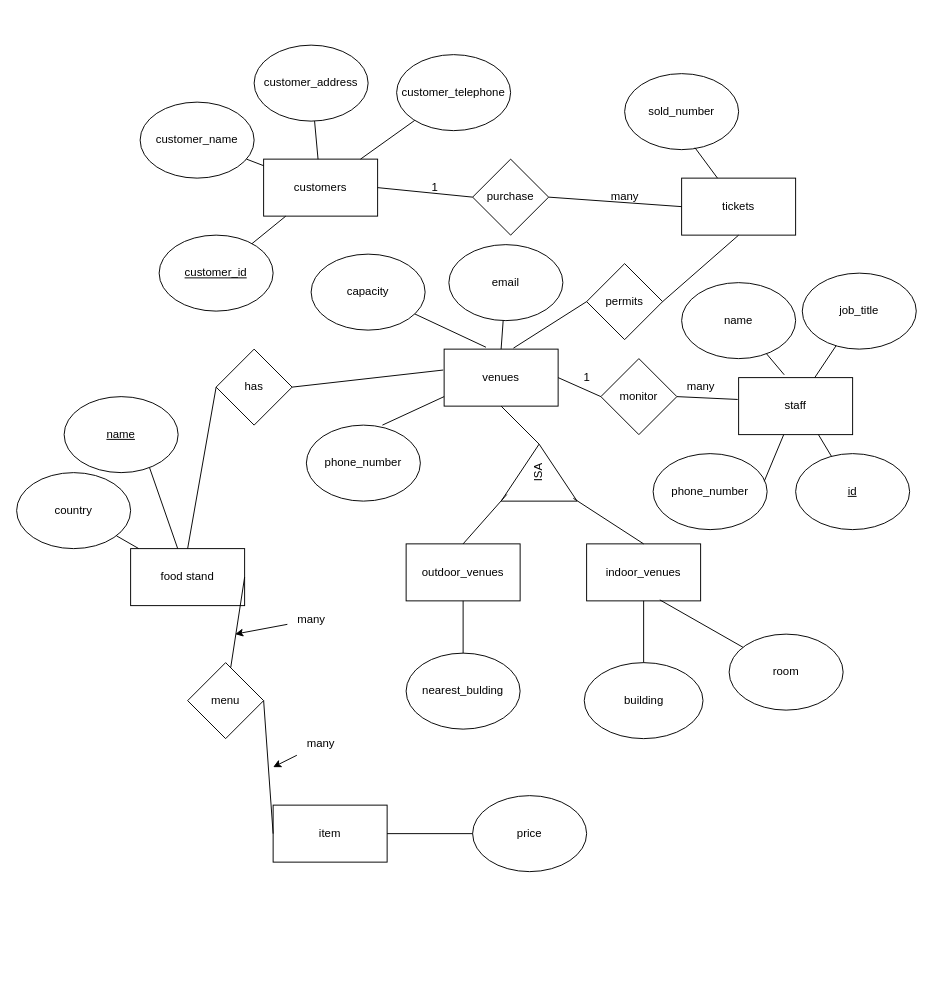
Earlier version of the draw.io diagram dataweek1.drawio (clostea/draw). Source tidied: cells renumbered, new cells numbered last; positions are measured from the earlier drawing's top-left corner, leaving out a move shared by most shapes. Both pictures are drawn from the tidied source at 95%, with x=0, y=0 at pixel (16, 45).
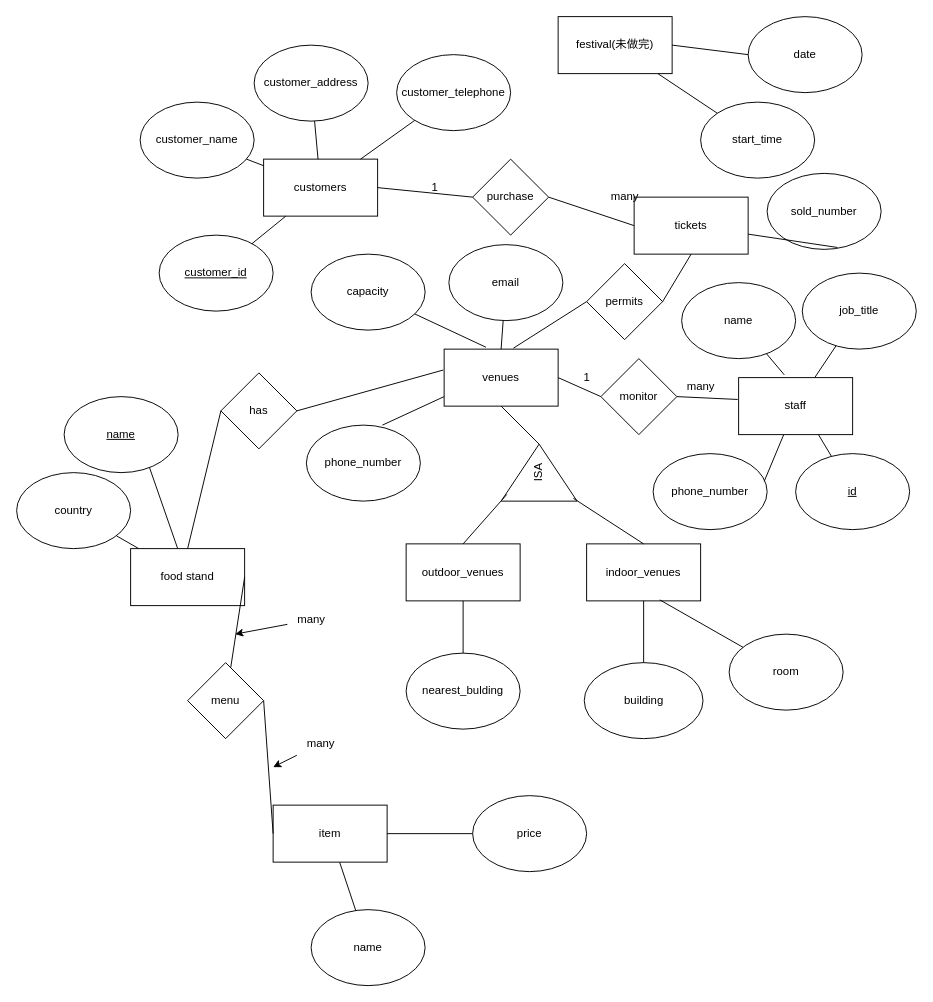
Above is the later version.

Unchanged cells that the change refers to:
```xml
<mxCell id="9" value="item" style="rounded=0;whiteSpace=wrap;html=1;" parent="1" vertex="1">
  <mxGeometry x="270" y="800" width="120" height="60" as="geometry" />
</mxCell>
```

Diff of the diagram source:
```diff
@@
     <mxCell id="3" value="tickets" style="rounded=0;whiteSpace=wrap;html=1;" parent="1" vertex="1">
-      <mxGeometry x="700" y="140" width="120" height="60" as="geometry" />
+      <mxGeometry x="650" y="160" width="120" height="60" as="geometry" />
     </mxCell>
@@
     <mxCell id="12" value="sold_number" style="ellipse;whiteSpace=wrap;html=1;" parent="1" vertex="1">
-      <mxGeometry x="640" y="30" width="120" height="80" as="geometry" />
+      <mxGeometry x="790" y="135" width="120" height="80" as="geometry" />
     </mxCell>
@@
     <mxCell id="34" value="has" style="rhombus;whiteSpace=wrap;html=1;" parent="1" vertex="1">
-      <mxGeometry x="210" y="320" width="80" height="80" as="geometry" />
+      <mxGeometry x="215" y="345" width="80" height="80" as="geometry" />
     </mxCell>
@@
+    <mxCell id="73" value="name" style="ellipse;whiteSpace=wrap;html=1;" parent="1" vertex="1">
+      <mxGeometry x="310" y="910" width="120" height="80" as="geometry" />
+    </mxCell>
+    <mxCell id="74" style="endArrow=none;html=1;rounded=0;" parent="1" edge="1" source="73" target="9">
+      <mxGeometry relative="1" as="geometry" />
+    </mxCell>
+    <mxCell id="75" value="festival(未做完)" style="rounded=0;whiteSpace=wrap;html=1;" parent="1" vertex="1">
+      <mxGeometry x="570" y="-30" width="120" height="60" as="geometry" />
+    </mxCell>
+    <mxCell id="76" value="date" style="ellipse;whiteSpace=wrap;html=1;" parent="1" vertex="1">
+      <mxGeometry x="770" y="-30" width="120" height="80" as="geometry" />
+    </mxCell>
+    <mxCell id="77" value="start_time" style="ellipse;whiteSpace=wrap;html=1;" parent="1" vertex="1">
+      <mxGeometry x="720" y="60" width="120" height="80" as="geometry" />
+    </mxCell>
+    <mxCell id="78" style="endArrow=none;html=1;rounded=0;entryX=0;entryY=0.5;entryDx=0;entryDy=0;exitX=1;exitY=0.5;exitDx=0;exitDy=0;" parent="1" edge="1" source="75" target="76">
+      <mxGeometry relative="1" as="geometry" />
+    </mxCell>
+    <mxCell id="79" style="endArrow=none;html=1;rounded=0;" parent="1" edge="1" source="77" target="75">
+      <mxGeometry relative="1" as="geometry" />
+    </mxCell>
```
